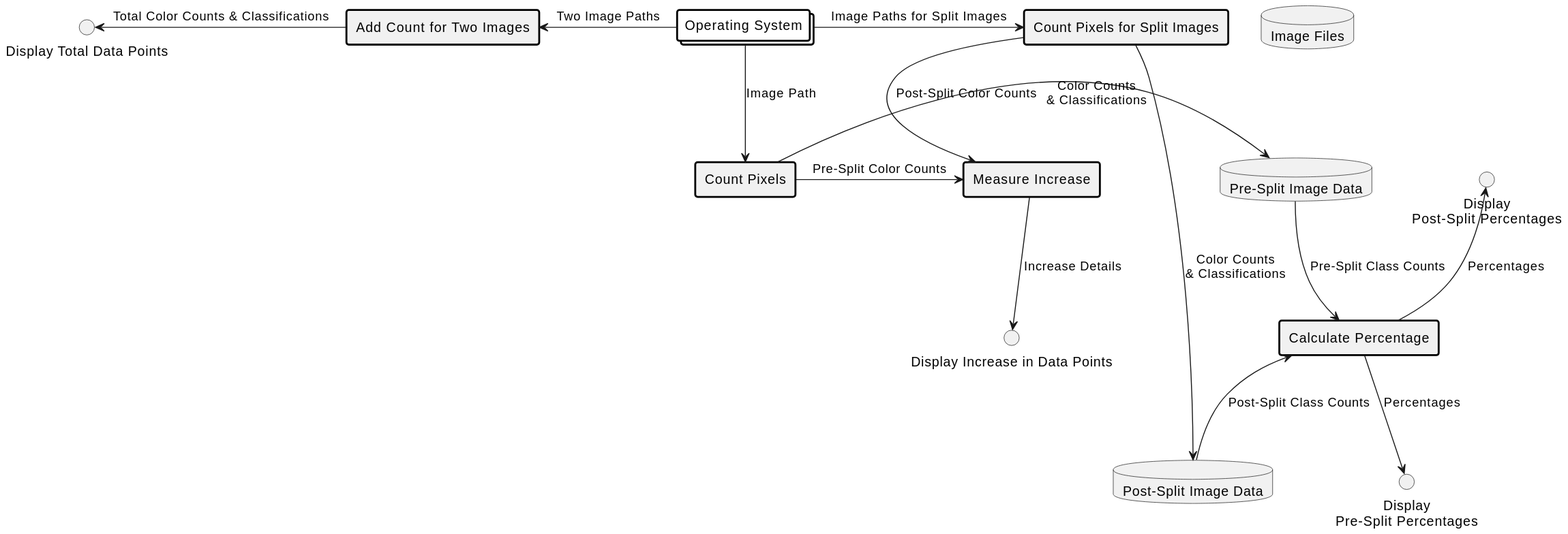
This is dataflow_diagrams/data_point_collection.svg from ISL-INTELLIGENT-SYSTEMS-LAB/Dataset_Class_Equalizer, a PlantUML export, as it was before one commit. Source of this version:
```plantuml
@startuml
skinparam defaultTextAlignment center

skinparam rectangle {
    BorderColor black
    BorderThickness 2
}

skinparam collections {
    BorderColor black
    BorderThickness 2
    BackgroundColor white
    ArrowColor Black
}

collections "Operating System" as OS

rectangle "Count Pixels" as CountPixels
rectangle "Count Pixels for Split Images" as CountSplit
rectangle "Add Count for Two Images" as AddCount
rectangle "Calculate Percentage" as CalcPercentage
rectangle "Measure Increase" as MeasureIncrease

database "Image Files" as ImageFiles
database "Pre-Split Image Data" as PreSplitData
database "Post-Split Image Data" as PostSplitData

OS -down-> CountPixels : "Image Path"
CountPixels -right-> PreSplitData : "Color Counts\n& Classifications"
PreSplitData -down-> CalcPercentage : "Pre-Split Class Counts"
CalcPercentage -down-> "Display\nPre-Split Percentages" : "Percentages"

OS -right-> CountSplit : "Image Paths for Split Images"
CountSplit -right-> PostSplitData : "Color Counts\n& Classifications"
PostSplitData -up-> CalcPercentage : "Post-Split Class Counts"
CalcPercentage -up-> "Display\nPost-Split Percentages" : "Percentages"

CountPixels -right-> MeasureIncrease : "Pre-Split Color Counts"
CountSplit -down-> MeasureIncrease : "Post-Split Color Counts"
MeasureIncrease -down-> "Display Increase in Data Points" : "Increase Details"

OS -left-> AddCount : "Two Image Paths"
AddCount -left-> "Display Total Data Points" : "Total Color Counts & Classifications"
@enduml
```
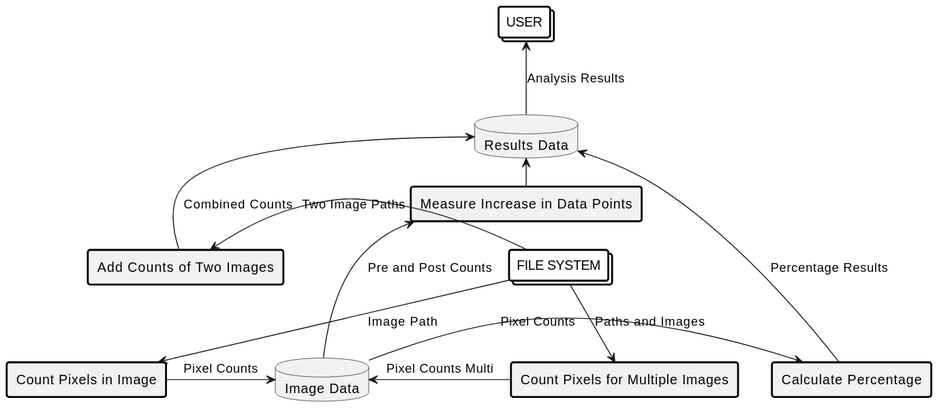
The same file after the commit.

Change to the diagram source:
```diff
@@ -13,32 +13,30 @@
     ArrowColor Black
 }
 
-collections "Operating System" as OS
+collections User as "USER"
+collections FileSystem as "FILE SYSTEM"
 
-rectangle "Count Pixels" as CountPixels
-rectangle "Count Pixels for Split Images" as CountSplit
-rectangle "Add Count for Two Images" as AddCount
+rectangle "Count Pixels in Image" as CountPixels
 rectangle "Calculate Percentage" as CalcPercentage
-rectangle "Measure Increase" as MeasureIncrease
+rectangle "Count Pixels for Multiple Images" as CountPixelsMulti
+rectangle "Measure Increase in Data Points" as MeasureIncrease
+rectangle "Add Counts of Two Images" as AddCounts
 
-database "Image Files" as ImageFiles
-database "Pre-Split Image Data" as PreSplitData
-database "Post-Split Image Data" as PostSplitData
+database "Image Data" as ImageData
+database "Results Data" as ResultsData
 
-OS -down-> CountPixels : "Image Path"
-CountPixels -right-> PreSplitData : "Color Counts\n& Classifications"
-PreSplitData -down-> CalcPercentage : "Pre-Split Class Counts"
-CalcPercentage -down-> "Display\nPre-Split Percentages" : "Percentages"
+FileSystem -down-> CountPixels : "Image Path"
+CountPixels -right-> ImageData : "Pixel Counts"
+ImageData -right-> CalcPercentage : "Pixel Counts"
+CalcPercentage -down-> ResultsData : "Percentage Results"
 
-OS -right-> CountSplit : "Image Paths for Split Images"
-CountSplit -right-> PostSplitData : "Color Counts\n& Classifications"
-PostSplitData -up-> CalcPercentage : "Post-Split Class Counts"
-CalcPercentage -up-> "Display\nPost-Split Percentages" : "Percentages"
+FileSystem -right-> CountPixelsMulti : "Paths and Images"
+CountPixelsMulti -left-> ImageData : "Pixel Counts Multi"
+ImageData -up-> MeasureIncrease : "Pre and Post Counts"
+MeasureIncrease -left-> ResultsData : "Increase Analysis"
 
-CountPixels -right-> MeasureIncrease : "Pre-Split Color Counts"
-CountSplit -down-> MeasureIncrease : "Post-Split Color Counts"
-MeasureIncrease -down-> "Display Increase in Data Points" : "Increase Details"
+FileSystem -left-> AddCounts : "Two Image Paths"
+AddCounts -up-> ResultsData : "Combined Counts"
 
-OS -left-> AddCount : "Two Image Paths"
-AddCount -left-> "Display Total Data Points" : "Total Color Counts & Classifications"
+ResultsData -up-> User : "Analysis Results"
 @enduml
```
